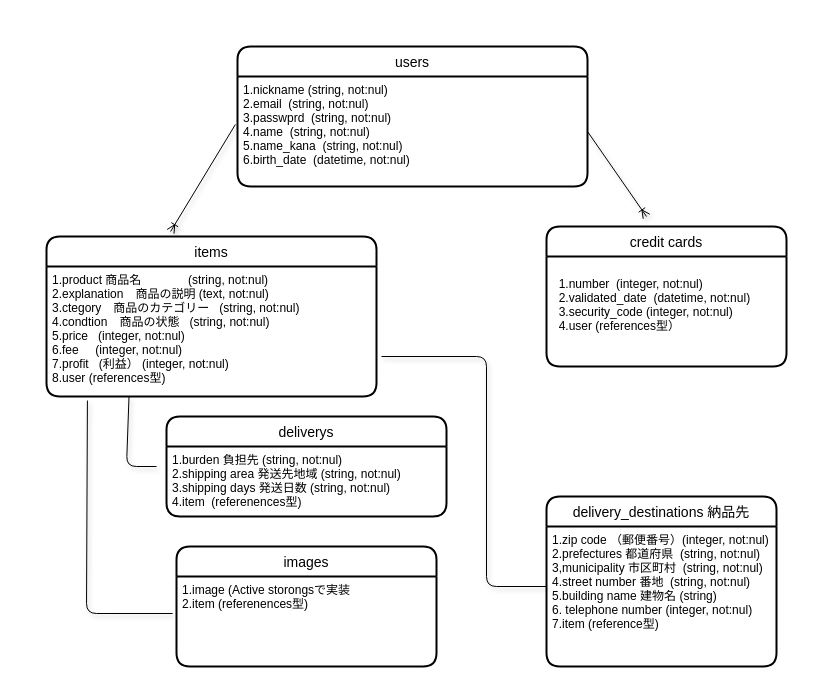
tomotim/furima-32652 keeps this draw.io diagram as ER図.dio. Above is the earlier version. Source tidied: cells renumbered, new cells numbered last; positions are measured from the earlier drawing's top-left corner, leaving out a move shared by most shapes. Both pictures are drawn from the tidied source at 100%, with x=0, y=0 at pixel (46, 46).
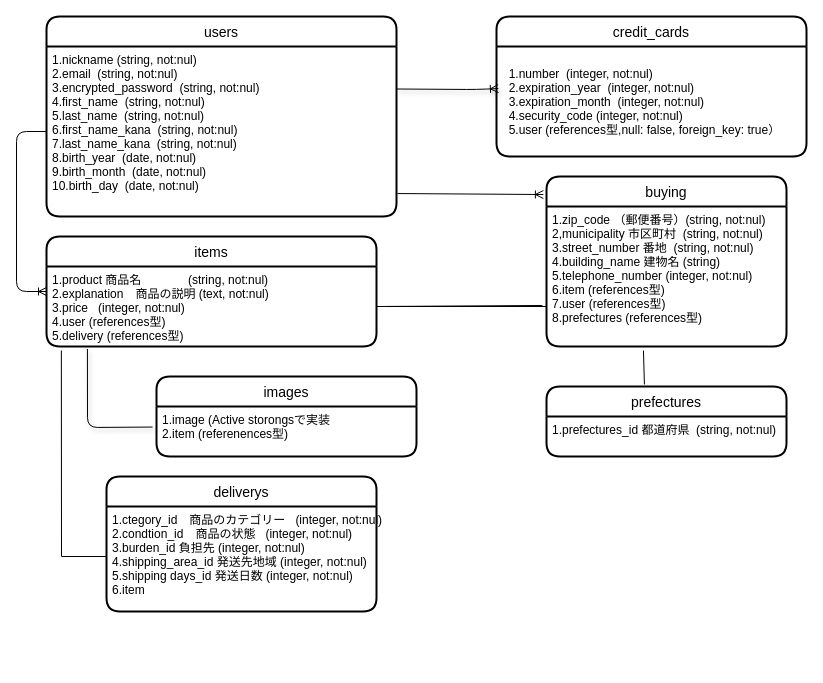
The same diagram, later.

Commit message (it also covers changes not shown here):
DB設計:修正版

What changed in the source:
```diff
@@
     <mxCell id="2" value="users" style="swimlane;horizontal=1;startSize=30;rounded=1;fontSize=14;fontStyle=0;strokeWidth=2;shadow=0;dashed=0;align=center;" parent="1" vertex="1">
-      <mxGeometry x="191" width="350" height="140" as="geometry" />
+      <mxGeometry y="-30" width="350" height="200" as="geometry" />
     </mxCell>
-    <mxCell id="3" value="1.nickname (string, not:nul)&#10;2.email  (string, not:nul)&#10;3.passwprd  (string, not:nul)&#10;4.name  (string, not:nul)&#10;5.name_kana  (string, not:nul)&#10;6.birth_date  (datetime, not:nul)&#10;" style="align=left;strokeColor=none;fillColor=none;spacingLeft=4;fontSize=12;verticalAlign=top;" parent="2" vertex="1">
-      <mxGeometry y="30" width="350" height="110" as="geometry" />
+    <mxCell id="3" value="1.nickname (string, not:nul)&#10;2.email  (string, not:nul)&#10;3.encrypted_password  (string, not:nul)&#10;4.first_name  (string, not:nul)&#10;5.last_name  (string, not:nul)&#10;6.first_name_kana  (string, not:nul)&#10;7.last_name_kana  (string, not:nul)&#10;8.birth_year  (date, not:nul)&#10;9.birth_month  (date, not:nul)&#10;10.birth_day  (date, not:nul)&#10;" style="align=left;strokeColor=none;fillColor=none;spacingLeft=4;fontSize=12;verticalAlign=top;" parent="2" vertex="1">
+      <mxGeometry y="30" width="350" height="170" as="geometry" />
     </mxCell>
-    <mxCell id="4" value="credit cards" style="swimlane;horizontal=1;startSize=30;rounded=1;fontSize=14;fontStyle=0;strokeWidth=2;shadow=0;dashed=0;align=center;" parent="1" vertex="1">
-      <mxGeometry x="500" y="180" width="240" height="140" as="geometry" />
+    <mxCell id="4" value="credit_cards" style="swimlane;horizontal=1;startSize=30;rounded=1;fontSize=14;fontStyle=0;strokeWidth=2;shadow=0;dashed=0;align=center;" parent="1" vertex="1">
+      <mxGeometry x="450" y="-30" width="310" height="140" as="geometry" />
     </mxCell>
-    <mxCell id="5" value="&#10;  1.number  (integer, not:nul)&#10;  2.validated_date  (datetime, not:nul)&#10;  3.security_code (integer, not:nul)&#10;  4.user (references型）" style="align=left;strokeColor=none;fillColor=none;spacingLeft=4;fontSize=12;verticalAlign=top;" parent="4" vertex="1">
-      <mxGeometry y="30" width="240" height="110" as="geometry" />
+    <mxCell id="5" value="&#10;  1.number  (integer, not:nul)&#10;  2.expiration_year  (integer, not:nul)&#10;  3.expiration_month  (integer, not:nul)&#10;  4.security_code (integer, not:nul)&#10;  5.user (references型,null: false, foreign_key: true）" style="align=left;strokeColor=none;fillColor=none;spacingLeft=4;fontSize=12;verticalAlign=top;" parent="4" vertex="1">
+      <mxGeometry y="30" width="310" height="110" as="geometry" />
     </mxCell>
     <mxCell id="6" value="items" style="swimlane;horizontal=1;startSize=30;rounded=1;fontSize=14;fontStyle=0;strokeWidth=2;shadow=0;dashed=0;align=center;" parent="1" vertex="1">
-      <mxGeometry y="190" width="330" height="160" as="geometry" />
+      <mxGeometry y="190" width="330" height="110" as="geometry" />
     </mxCell>
-    <mxCell id="7" value="1.product 商品名              (string, not:nul)&#10;2.explanation　商品の説明 (text, not:nul)&#10;3.ctegory　商品のカテゴリー   (string, not:nul)&#10;4.condtion　商品の状態   (string, not:nul)&#10;5.price   (integer, not:nul) &#10;6.fee     (integer, not:nul)&#10;7.profit   (利益） (integer, not:nul)&#10;8.user (references型)" style="align=left;strokeColor=none;fillColor=none;spacingLeft=4;fontSize=12;verticalAlign=top;" parent="6" vertex="1">
-      <mxGeometry y="30" width="330" height="130" as="geometry" />
+    <mxCell id="7" value="1.product 商品名              (string, not:nul)&#10;2.explanation　商品の説明 (text, not:nul)&#10;3.price   (integer, not:nul) &#10;4.user (references型)&#10;5.delivery (references型)" style="align=left;strokeColor=none;fillColor=none;spacingLeft=4;fontSize=12;verticalAlign=top;" parent="6" vertex="1">
+      <mxGeometry y="30" width="330" height="80" as="geometry" />
     </mxCell>
-    <mxCell id="8" value="delivery_destinations 納品先" style="swimlane;horizontal=1;startSize=30;rounded=1;fontSize=14;fontStyle=0;strokeWidth=2;shadow=0;dashed=0;align=center;" parent="1" vertex="1">
-      <mxGeometry x="500" y="450" width="230" height="170" as="geometry" />
+    <mxCell id="8" value="buying" style="swimlane;horizontal=1;startSize=30;rounded=1;fontSize=14;fontStyle=0;strokeWidth=2;shadow=0;dashed=0;align=center;" parent="1" vertex="1">
+      <mxGeometry x="500" y="130" width="240" height="170" as="geometry" />
     </mxCell>
-    <mxCell id="9" value="1.zip code （郵便番号）(integer, not:nul)&#10;2.prefectures 都道府県  (string, not:nul)&#10;3,municipality 市区町村  (string, not:nul)&#10;4.street number 番地  (string, not:nul)&#10;5.building name 建物名 (string)&#10;6. telephone number (integer, not:nul)&#10;7.item (reference型)" style="align=left;strokeColor=none;fillColor=none;spacingLeft=4;fontSize=12;verticalAlign=top;" parent="8" vertex="1">
-      <mxGeometry y="30" width="230" height="140" as="geometry" />
+    <mxCell id="9" value="1.zip_code （郵便番号）(string, not:nul)&#10;2,municipality 市区町村  (string, not:nul)&#10;3.street_number 番地  (string, not:nul)&#10;4.building_name 建物名 (string)&#10;5.telephone_number (integer, not:nul)&#10;6.item (references型)&#10;7.user (references型)&#10;8.prefectures (references型)" style="align=left;strokeColor=none;fillColor=none;spacingLeft=4;fontSize=12;verticalAlign=top;" parent="8" vertex="1">
+      <mxGeometry y="30" width="240" height="140" as="geometry" />
     </mxCell>
-    <mxCell id="10" value="deliverys" style="swimlane;horizontal=1;startSize=30;rounded=1;fontSize=14;fontStyle=0;strokeWidth=2;shadow=0;dashed=0;align=center;" parent="1" vertex="1">
-      <mxGeometry x="120" y="370" width="280" height="100" as="geometry" />
-    </mxCell>
-    <mxCell id="11" value="1.burden 負担先 (string, not:nul)&#10;2.shipping area 発送先地域 (string, not:nul)&#10;3.shipping days 発送日数 (string, not:nul)&#10;4.item  (referenences型)" style="align=left;strokeColor=none;fillColor=none;spacingLeft=4;fontSize=12;verticalAlign=top;" parent="10" vertex="1">
-      <mxGeometry y="30" width="280" height="70" as="geometry" />
-    </mxCell>
+    <mxCell id="19" style="swimlane;horizontal=1;startSize=30;rounded=1;fontSize=14;fontStyle=0;strokeWidth=2;shadow=0;dashed=0;align=center;" parent="8" vertex="1">
+      <mxGeometry y="170" width="240" as="geometry" />
+    </mxCell>
     <mxCell id="12" value="images" style="swimlane;horizontal=1;startSize=30;rounded=1;fontSize=14;fontStyle=0;strokeWidth=2;shadow=0;dashed=0;align=center;" parent="1" vertex="1">
-      <mxGeometry x="130" y="500" width="260" height="120" as="geometry" />
+      <mxGeometry x="110" y="330" width="260" height="80" as="geometry" />
     </mxCell>
     <mxCell id="13" value="1.image (Active storongsで実装&#10;2.item (referenences型)" style="align=left;strokeColor=none;fillColor=none;spacingLeft=4;fontSize=12;verticalAlign=top;" parent="12" vertex="1">
-      <mxGeometry y="30" width="260" height="90" as="geometry" />
+      <mxGeometry y="30" width="260" height="50" as="geometry" />
     </mxCell>
+    <mxCell id="16" style="endArrow=none;html=1;shadow=1;exitX=-0.015;exitY=0.411;exitDx=0;exitDy=0;exitPerimeter=0;entryX=0.124;entryY=1.031;entryDx=0;entryDy=0;entryPerimeter=0;" parent="1" edge="1" source="13" target="7">
+      <mxGeometry relative="1" as="geometry">
+        <Array as="points">
+          <mxPoint x="41" y="381" />
+        </Array>
+      </mxGeometry>
+    </mxCell>
+    <mxCell id="18" style="fontSize=12;html=1;endArrow=ERoneToMany;shadow=1;exitX=1;exitY=0.25;exitDx=0;exitDy=0;entryX=0.006;entryY=0.382;entryDx=0;entryDy=0;entryPerimeter=0;" parent="1" edge="1" source="3" target="5">
+      <mxGeometry relative="1" as="geometry">
+        <Array as="points">
+          <mxPoint x="430" y="43" />
+        </Array>
+      </mxGeometry>
+    </mxCell>
-    <mxCell id="14" style="fontSize=12;html=1;endArrow=ERoneToMany;shadow=1;exitX=-0.006;exitY=0.436;exitDx=0;exitDy=0;exitPerimeter=0;entryX=0.376;entryY=-0.031;entryDx=0;entryDy=0;entryPerimeter=0;" parent="1" edge="1" source="3" target="6">
-      <mxGeometry relative="1" as="geometry" />
+    <mxCell id="14" style="fontSize=12;html=1;endArrow=ERoneToMany;exitX=0;exitY=0.5;exitDx=0;exitDy=0;entryX=0;entryY=0.5;entryDx=0;entryDy=0;" parent="1" edge="1" source="3" target="6">
+      <mxGeometry relative="1" as="geometry">
+        <Array as="points">
+          <mxPoint x="-30" y="85" />
+          <mxPoint x="-30" y="245" />
+        </Array>
+      </mxGeometry>
     </mxCell>
-    <mxCell id="15" style="endArrow=none;html=1;shadow=1;exitX=0.25;exitY=1;exitDx=0;exitDy=0;" parent="1" edge="1" source="7">
-      <mxGeometry relative="1" as="geometry">
-        <mxPoint x="110" y="420" as="targetPoint" />
-        <Array as="points">
-          <mxPoint x="80" y="420" />
-        </Array>
-      </mxGeometry>
-    </mxCell>
-    <mxCell id="16" style="endArrow=none;html=1;shadow=1;exitX=-0.015;exitY=0.411;exitDx=0;exitDy=0;exitPerimeter=0;entryX=0.124;entryY=1.031;entryDx=0;entryDy=0;entryPerimeter=0;" parent="1" edge="1" source="13" target="7">
-      <mxGeometry relative="1" as="geometry">
-        <Array as="points">
-          <mxPoint x="40" y="567" />
-        </Array>
-      </mxGeometry>
-    </mxCell>
-    <mxCell id="17" style="endArrow=none;html=1;shadow=1;" parent="1" edge="1">
-      <mxGeometry relative="1" as="geometry">
-        <mxPoint x="335" y="310" as="sourcePoint" />
-        <mxPoint x="500" y="540" as="targetPoint" />
-        <Array as="points">
-          <mxPoint x="440" y="310" />
-          <mxPoint x="440" y="540" />
-        </Array>
-      </mxGeometry>
-    </mxCell>
-    <mxCell id="18" style="fontSize=12;html=1;endArrow=ERoneToMany;shadow=1;exitX=1;exitY=0.5;exitDx=0;exitDy=0;" parent="1" edge="1" source="3">
-      <mxGeometry relative="1" as="geometry">
-        <mxPoint x="600" y="170" as="targetPoint" />
-      </mxGeometry>
-    </mxCell>
+    <mxCell id="20" style="endArrow=none;html=1;rounded=0;exitX=1;exitY=0.5;exitDx=0;exitDy=0;entryX=-0.017;entryY=0.707;entryDx=0;entryDy=0;entryPerimeter=0;" parent="1" edge="1" source="7" target="9">
+      <mxGeometry relative="1" as="geometry" />
+    </mxCell>
+    <mxCell id="21" style="fontSize=12;html=1;endArrow=ERoneToMany;exitX=1.003;exitY=0.865;exitDx=0;exitDy=0;entryX=-0.013;entryY=0.106;entryDx=0;entryDy=0;entryPerimeter=0;exitPerimeter=0;" parent="1" edge="1" source="3" target="8">
+      <mxGeometry relative="1" as="geometry" />
+    </mxCell>
+    <mxCell id="10" value="deliverys" style="swimlane;horizontal=1;startSize=30;rounded=1;fontSize=14;fontStyle=0;strokeWidth=2;shadow=0;dashed=0;align=center;" parent="1" vertex="1">
+      <mxGeometry x="60" y="430" width="270" height="135" as="geometry" />
+    </mxCell>
+    <mxCell id="22" value="1.ctegory_id　商品のカテゴリー   (integer, not:nul)&#10;2.condtion_id　商品の状態   (integer, not:nul)&#10;3.burden_id 負担先 (integer, not:nul)&#10;4.shipping_area_id 発送先地域 (integer, not:nul)&#10;5.shipping days_id 発送日数 (integer, not:nul)&#10;6.item" style="align=left;strokeColor=none;fillColor=none;spacingLeft=4;fontSize=12;verticalAlign=top;" parent="10" vertex="1">
+      <mxGeometry y="30" width="270" height="105" as="geometry" />
+    </mxCell>
+    <mxCell id="23" style="endArrow=none;html=1;rounded=0;exitX=0.045;exitY=1.05;exitDx=0;exitDy=0;exitPerimeter=0;" parent="1" edge="1" source="7">
+      <mxGeometry relative="1" as="geometry">
+        <mxPoint x="60" y="510" as="targetPoint" />
+        <Array as="points">
+          <mxPoint x="15" y="510" />
+        </Array>
+      </mxGeometry>
+    </mxCell>
+    <mxCell id="24" value="prefectures" style="swimlane;horizontal=1;startSize=30;rounded=1;fontSize=14;fontStyle=0;strokeWidth=2;shadow=0;dashed=0;align=center;" parent="1" vertex="1">
+      <mxGeometry x="500" y="340" width="240" height="70" as="geometry" />
+    </mxCell>
+    <mxCell id="25" value="1.prefectures_id 都道府県  (string, not:nul)" style="align=left;strokeColor=none;fillColor=none;spacingLeft=4;fontSize=12;verticalAlign=top;" parent="24" vertex="1">
+      <mxGeometry y="30" width="240" height="40" as="geometry" />
+    </mxCell>
+    <mxCell id="26" style="endArrow=none;html=1;rounded=0;" parent="1" edge="1">
+      <mxGeometry relative="1" as="geometry">
+        <mxPoint x="340" y="260" as="sourcePoint" />
+        <mxPoint x="500" y="260" as="targetPoint" />
+      </mxGeometry>
+    </mxCell>
+    <mxCell id="27" style="endArrow=none;html=1;rounded=0;entryX=0.408;entryY=-0.029;entryDx=0;entryDy=0;entryPerimeter=0;exitX=0.404;exitY=1.029;exitDx=0;exitDy=0;exitPerimeter=0;" parent="1" edge="1" source="9" target="24">
+      <mxGeometry relative="1" as="geometry" />
+    </mxCell>
```
